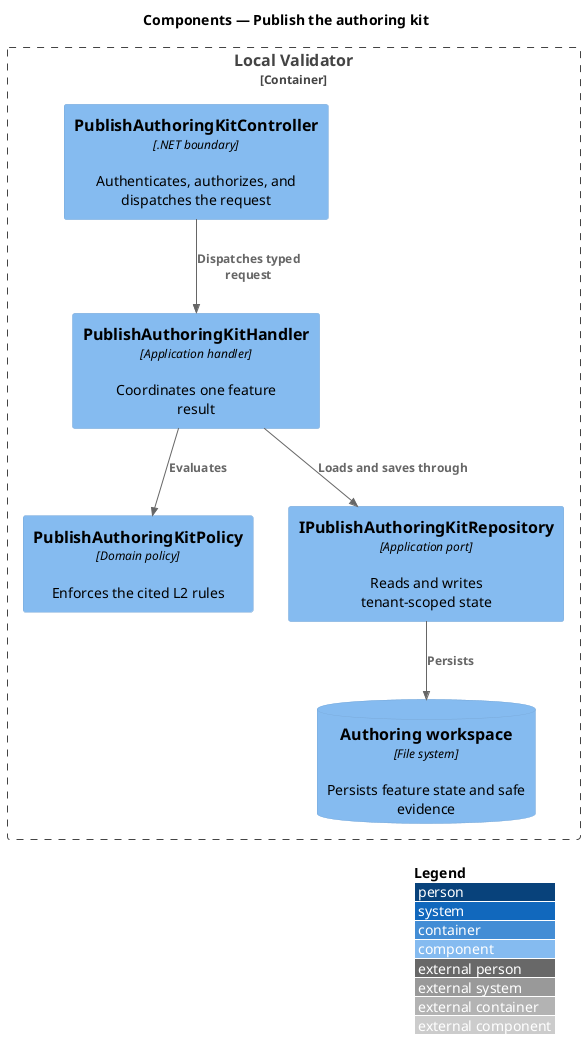
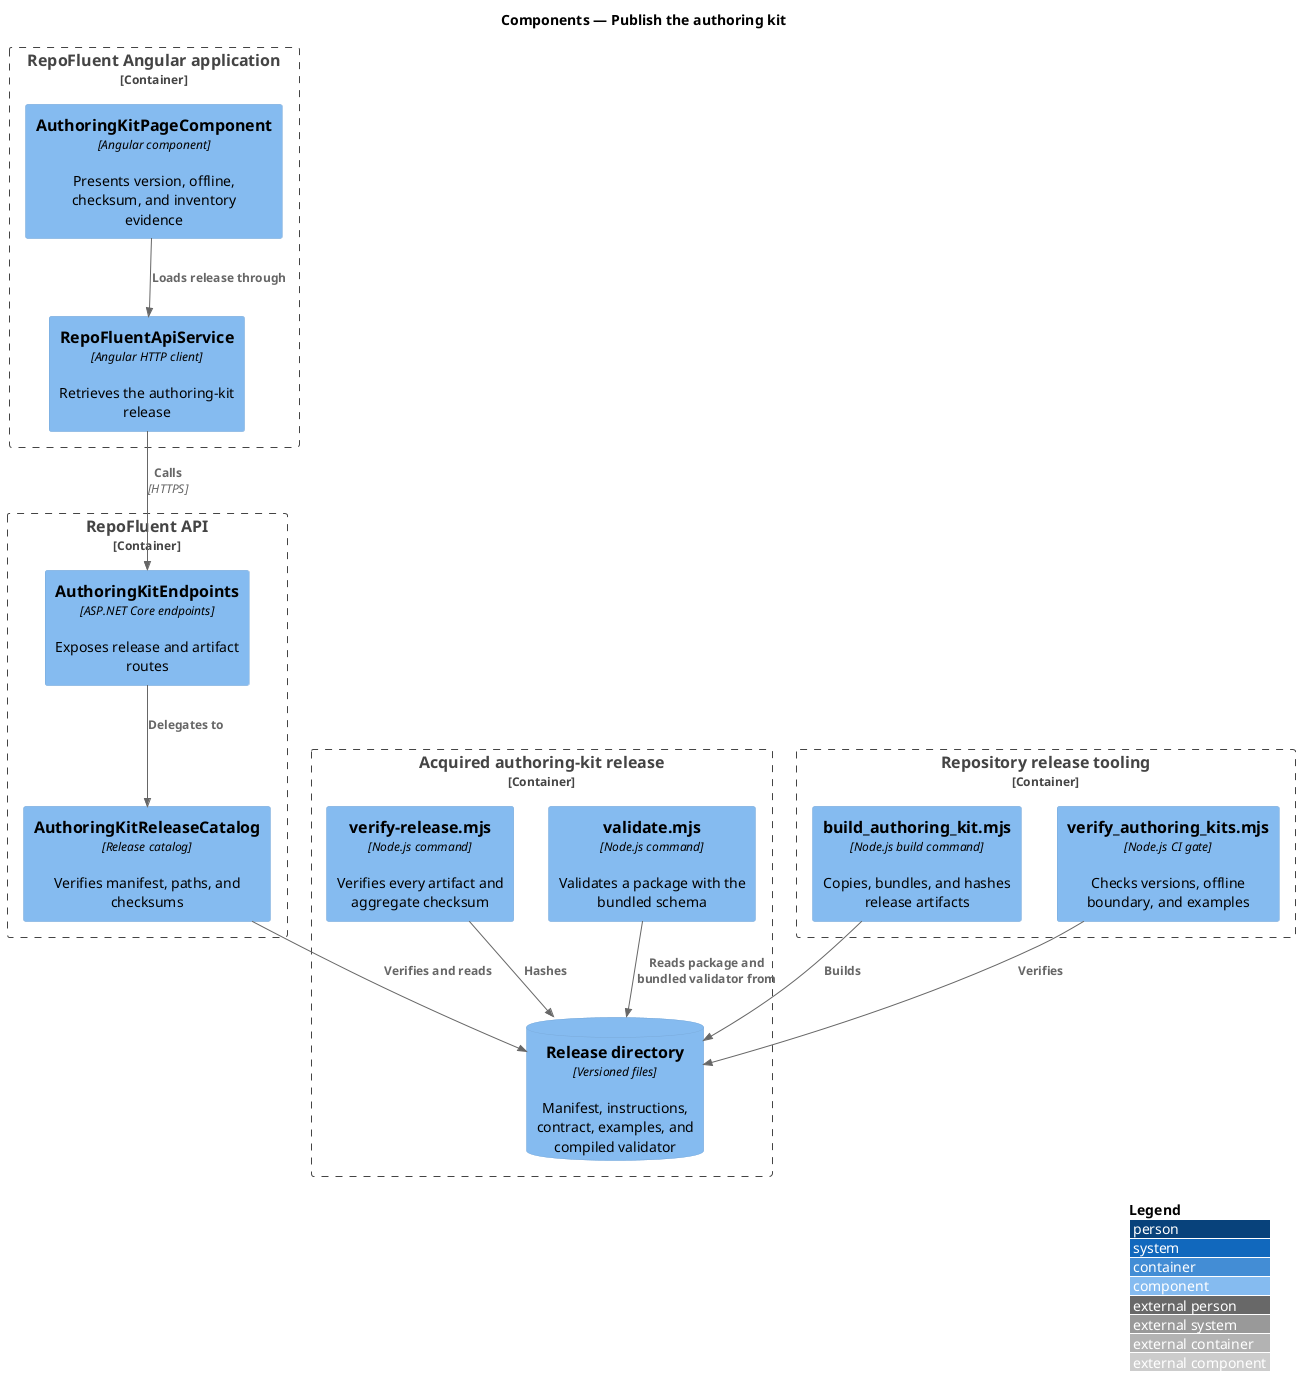
@startuml
!include <C4/C4_Component>
LAYOUT_WITH_LEGEND()
title Components — Publish the authoring kit

- Container_Boundary(api, "Local Validator") {
-   Component(controller, "PublishAuthoringKitController", ".NET boundary", "Authenticates, authorizes, and dispatches the request")
-   Component(handler, "PublishAuthoringKitHandler", "Application handler", "Coordinates one feature result")
-   Component(policy, "PublishAuthoringKitPolicy", "Domain policy", "Enforces the cited L2 rules")
-   Component(repository, "IPublishAuthoringKitRepository", "Application port", "Reads and writes tenant-scoped state")
-   ComponentDb(store, "Authoring workspace", "File system", "Persists feature state and safe evidence")
+ Container_Boundary(spa, "RepoFluent Angular application") {
+   Component(page, "AuthoringKitPageComponent", "Angular component", "Presents version, offline, checksum, and inventory evidence")
+   Component(client, "RepoFluentApiService", "Angular HTTP client", "Retrieves the authoring-kit release")
+ }
+ Container_Boundary(api, "RepoFluent API") {
+   Component(endpoints, "AuthoringKitEndpoints", "ASP.NET Core endpoints", "Exposes release and artifact routes")
+   Component(catalog, "AuthoringKitReleaseCatalog", "Release catalog", "Verifies manifest, paths, and checksums")
+ }
+ Container_Boundary(tooling, "Repository release tooling") {
+   Component(builder, "build_authoring_kit.mjs", "Node.js build command", "Copies, bundles, and hashes release artifacts")
+   Component(gate, "verify_authoring_kits.mjs", "Node.js CI gate", "Checks versions, offline boundary, and examples")
+ }
+ Container_Boundary(release, "Acquired authoring-kit release") {
+   Component(localValidator, "validate.mjs", "Node.js command", "Validates a package with the bundled schema")
+   Component(releaseVerifier, "verify-release.mjs", "Node.js command", "Verifies every artifact and aggregate checksum")
+   ComponentDb(files, "Release directory", "Versioned files", "Manifest, instructions, contract, examples, and compiled validator")
}

- Rel(controller, handler, "Dispatches typed request")
- Rel(handler, policy, "Evaluates")
- Rel(handler, repository, "Loads and saves through")
- Rel(repository, store, "Persists")
+ Rel(page, client, "Loads release through")
+ Rel(client, endpoints, "Calls", "HTTPS")
+ Rel(endpoints, catalog, "Delegates to")
+ Rel(catalog, files, "Verifies and reads")
+ Rel(builder, files, "Builds")
+ Rel(gate, files, "Verifies")
+ Rel(localValidator, files, "Reads package and bundled validator from")
+ Rel(releaseVerifier, files, "Hashes")
@enduml
